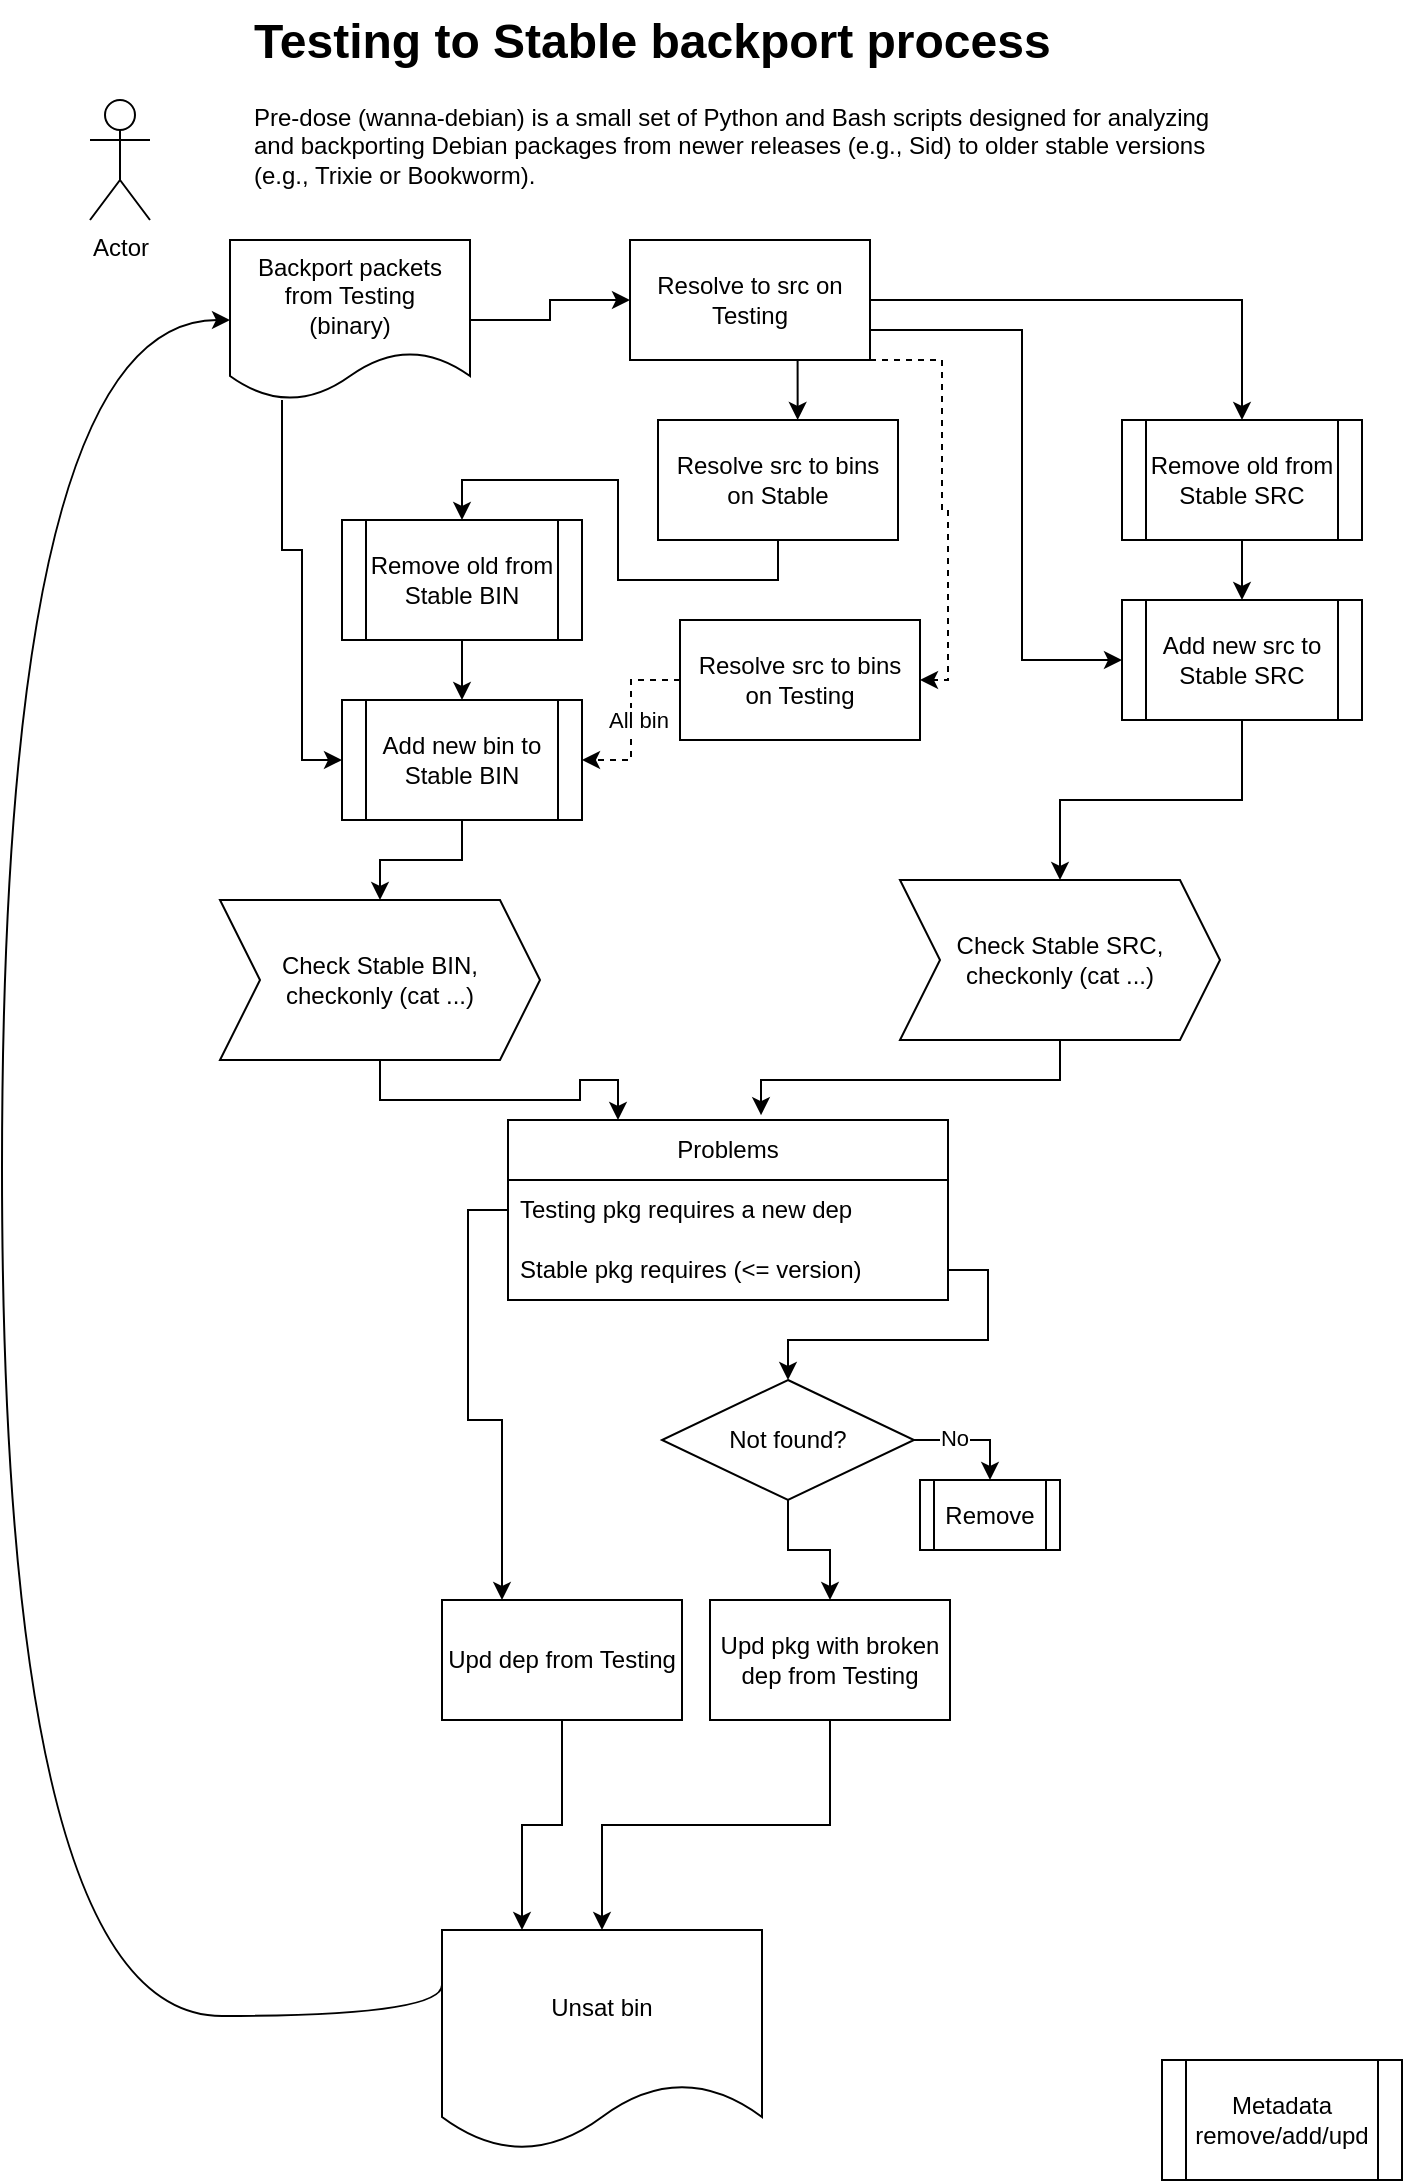
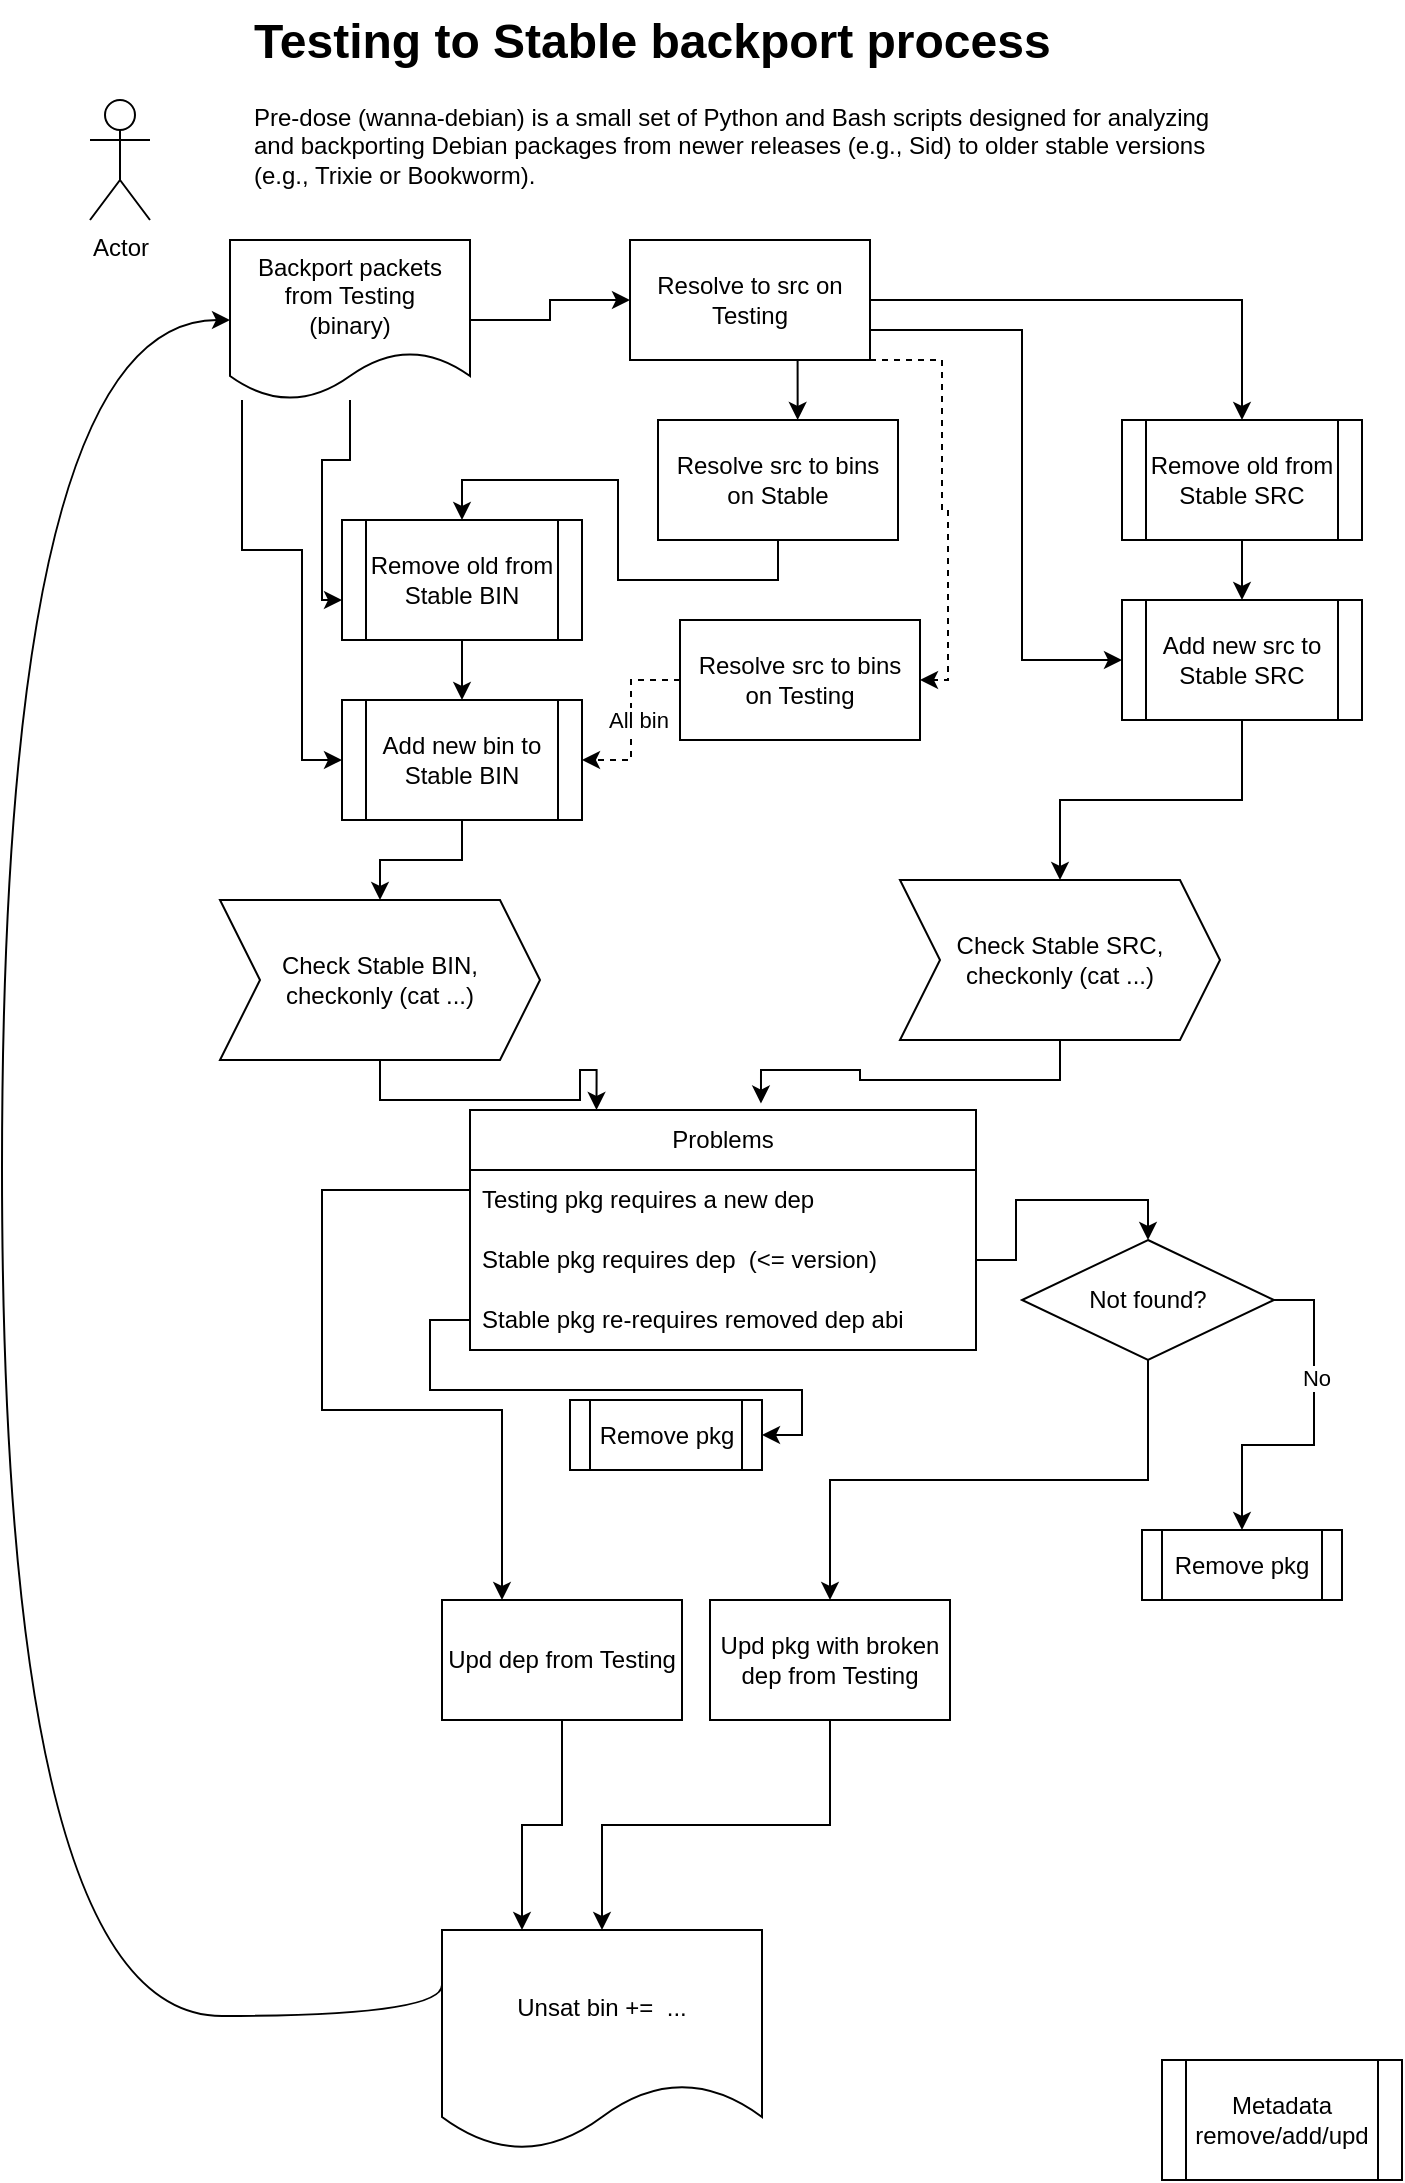
<mxfile host="Electron">
  <diagram id="C5RBs43oDa-KdzZeNtuy" name="Page-1">
-     <mxGraphModel dx="869" dy="782" grid="1" gridSize="10" guides="1" tooltips="1" connect="1" arrows="1" fold="1" page="1" pageScale="1" pageWidth="827" pageHeight="1169" math="0" shadow="0">
+     <mxGraphModel dx="1086" dy="648" grid="1" gridSize="10" guides="1" tooltips="1" connect="1" arrows="1" fold="1" page="1" pageScale="1" pageWidth="827" pageHeight="1169" math="0" shadow="0">
      <root>
        <mxCell id="WIyWlLk6GJQsqaUBKTNV-0" />
        <mxCell id="WIyWlLk6GJQsqaUBKTNV-1" parent="WIyWlLk6GJQsqaUBKTNV-0" />
        <mxCell id="jdkO46tf3qpjO2ybV3Zm-0" parent="WIyWlLk6GJQsqaUBKTNV-1" style="shape=umlActor;verticalLabelPosition=bottom;verticalAlign=top;html=1;outlineConnect=0;" value="Actor" vertex="1">
          <mxGeometry height="60" width="30" x="94" y="80" as="geometry" />
        </mxCell>
        <mxCell id="jdkO46tf3qpjO2ybV3Zm-3" edge="1" parent="WIyWlLk6GJQsqaUBKTNV-1" source="jdkO46tf3qpjO2ybV3Zm-1" style="edgeStyle=orthogonalEdgeStyle;rounded=0;orthogonalLoop=1;jettySize=auto;html=1;entryX=0;entryY=0.5;entryDx=0;entryDy=0;" target="jdkO46tf3qpjO2ybV3Zm-2">
          <mxGeometry relative="1" as="geometry" />
        </mxCell>
        <mxCell id="4IcmTThSWF4IWx9KLtXi-7" edge="1" parent="WIyWlLk6GJQsqaUBKTNV-1" source="jdkO46tf3qpjO2ybV3Zm-1" style="edgeStyle=orthogonalEdgeStyle;rounded=0;orthogonalLoop=1;jettySize=auto;html=1;entryX=0;entryY=0.5;entryDx=0;entryDy=0;" target="jdkO46tf3qpjO2ybV3Zm-13">
          <mxGeometry relative="1" as="geometry">
            <Array as="points">
-               <mxPoint x="190" y="305" />
+               <mxPoint x="170" y="305" />
              <mxPoint x="200" y="305" />
              <mxPoint x="200" y="410" />
            </Array>
          </mxGeometry>
        </mxCell>
        <mxCell id="jdkO46tf3qpjO2ybV3Zm-1" parent="WIyWlLk6GJQsqaUBKTNV-1" style="shape=document;whiteSpace=wrap;html=1;boundedLbl=1;" value="Backport packets from Testing&lt;br&gt;(binary)" vertex="1">
          <mxGeometry height="80" width="120" x="164" y="150" as="geometry" />
        </mxCell>
        <mxCell id="jdkO46tf3qpjO2ybV3Zm-6" edge="1" parent="WIyWlLk6GJQsqaUBKTNV-1" source="jdkO46tf3qpjO2ybV3Zm-2" style="edgeStyle=orthogonalEdgeStyle;rounded=0;orthogonalLoop=1;jettySize=auto;html=1;entryX=0.5;entryY=0;entryDx=0;entryDy=0;" target="jdkO46tf3qpjO2ybV3Zm-5">
          <mxGeometry relative="1" as="geometry" />
        </mxCell>
        <mxCell id="K2joIcQUg46PM5A2mCq8-2" edge="1" parent="WIyWlLk6GJQsqaUBKTNV-1" source="jdkO46tf3qpjO2ybV3Zm-2" style="edgeStyle=orthogonalEdgeStyle;rounded=0;orthogonalLoop=1;jettySize=auto;html=1;exitX=1;exitY=1;exitDx=0;exitDy=0;entryX=1;entryY=0.5;entryDx=0;entryDy=0;dashed=1;" target="K2joIcQUg46PM5A2mCq8-0">
          <mxGeometry relative="1" as="geometry">
            <Array as="points">
              <mxPoint x="520" y="210" />
              <mxPoint x="520" y="285" />
              <mxPoint x="523" y="285" />
              <mxPoint x="523" y="370" />
            </Array>
          </mxGeometry>
        </mxCell>
        <mxCell id="jdkO46tf3qpjO2ybV3Zm-2" parent="WIyWlLk6GJQsqaUBKTNV-1" style="rounded=0;whiteSpace=wrap;html=1;" value="Resolve to src on Testing" vertex="1">
          <mxGeometry height="60" width="120" x="364" y="150" as="geometry" />
        </mxCell>
        <mxCell id="jdkO46tf3qpjO2ybV3Zm-17" edge="1" parent="WIyWlLk6GJQsqaUBKTNV-1" source="jdkO46tf3qpjO2ybV3Zm-5" style="edgeStyle=orthogonalEdgeStyle;rounded=0;orthogonalLoop=1;jettySize=auto;html=1;entryX=0.5;entryY=0;entryDx=0;entryDy=0;" target="jdkO46tf3qpjO2ybV3Zm-16">
          <mxGeometry relative="1" as="geometry" />
        </mxCell>
        <mxCell id="jdkO46tf3qpjO2ybV3Zm-5" parent="WIyWlLk6GJQsqaUBKTNV-1" style="shape=process;whiteSpace=wrap;html=1;backgroundOutline=1;" value="Remove old from Stable SRC" vertex="1">
          <mxGeometry height="60" width="120" x="610" y="240" as="geometry" />
        </mxCell>
        <mxCell id="jdkO46tf3qpjO2ybV3Zm-10" edge="1" parent="WIyWlLk6GJQsqaUBKTNV-1" source="jdkO46tf3qpjO2ybV3Zm-7" style="edgeStyle=orthogonalEdgeStyle;rounded=0;orthogonalLoop=1;jettySize=auto;html=1;entryX=0.5;entryY=0;entryDx=0;entryDy=0;exitX=0.5;exitY=1;exitDx=0;exitDy=0;" target="jdkO46tf3qpjO2ybV3Zm-9">
          <mxGeometry relative="1" as="geometry" />
        </mxCell>
        <mxCell id="jdkO46tf3qpjO2ybV3Zm-18" edge="1" parent="WIyWlLk6GJQsqaUBKTNV-1" source="jdkO46tf3qpjO2ybV3Zm-2" style="edgeStyle=orthogonalEdgeStyle;rounded=0;orthogonalLoop=1;jettySize=auto;html=1;entryX=0;entryY=0.5;entryDx=0;entryDy=0;exitX=1;exitY=0.75;exitDx=0;exitDy=0;" target="jdkO46tf3qpjO2ybV3Zm-16">
          <mxGeometry relative="1" as="geometry">
            <Array as="points">
              <mxPoint x="560" y="195" />
              <mxPoint x="560" y="360" />
            </Array>
            <mxPoint x="484" y="200" as="sourcePoint" />
          </mxGeometry>
        </mxCell>
        <mxCell id="jdkO46tf3qpjO2ybV3Zm-7" parent="WIyWlLk6GJQsqaUBKTNV-1" style="rounded=0;whiteSpace=wrap;html=1;" value="Resolve src to bins on Stable" vertex="1">
          <mxGeometry height="60" width="120" x="378" y="240" as="geometry" />
        </mxCell>
        <mxCell id="jdkO46tf3qpjO2ybV3Zm-8" edge="1" parent="WIyWlLk6GJQsqaUBKTNV-1" source="jdkO46tf3qpjO2ybV3Zm-2" style="edgeStyle=orthogonalEdgeStyle;rounded=0;orthogonalLoop=1;jettySize=auto;html=1;exitX=0.75;exitY=1;exitDx=0;exitDy=0;entryX=0.582;entryY=0;entryDx=0;entryDy=0;entryPerimeter=0;" target="jdkO46tf3qpjO2ybV3Zm-7">
          <mxGeometry relative="1" as="geometry" />
        </mxCell>
        <mxCell id="jdkO46tf3qpjO2ybV3Zm-14" edge="1" parent="WIyWlLk6GJQsqaUBKTNV-1" source="jdkO46tf3qpjO2ybV3Zm-9" style="edgeStyle=orthogonalEdgeStyle;rounded=0;orthogonalLoop=1;jettySize=auto;html=1;entryX=0.5;entryY=0;entryDx=0;entryDy=0;" target="jdkO46tf3qpjO2ybV3Zm-13">
          <mxGeometry relative="1" as="geometry" />
        </mxCell>
        <mxCell id="jdkO46tf3qpjO2ybV3Zm-9" parent="WIyWlLk6GJQsqaUBKTNV-1" style="shape=process;whiteSpace=wrap;html=1;backgroundOutline=1;" value="Remove old from Stable BIN" vertex="1">
          <mxGeometry height="60" width="120" x="220" y="290" as="geometry" />
        </mxCell>
        <mxCell id="jdkO46tf3qpjO2ybV3Zm-49" edge="1" parent="WIyWlLk6GJQsqaUBKTNV-1" source="jdkO46tf3qpjO2ybV3Zm-11" style="edgeStyle=orthogonalEdgeStyle;rounded=0;orthogonalLoop=1;jettySize=auto;html=1;entryX=0.575;entryY=-0.027;entryDx=0;entryDy=0;entryPerimeter=0;" target="jdkO46tf3qpjO2ybV3Zm-28">
          <mxGeometry relative="1" as="geometry">
            <mxPoint x="579" y="580" as="targetPoint" />
          </mxGeometry>
        </mxCell>
        <mxCell id="jdkO46tf3qpjO2ybV3Zm-11" parent="WIyWlLk6GJQsqaUBKTNV-1" style="shape=step;perimeter=stepPerimeter;whiteSpace=wrap;html=1;fixedSize=1;" value="Check Stable SRC,&lt;br&gt;checkonly (cat ...)" vertex="1">
          <mxGeometry height="80" width="160" x="499" y="470" as="geometry" />
        </mxCell>
        <mxCell id="jdkO46tf3qpjO2ybV3Zm-36" edge="1" parent="WIyWlLk6GJQsqaUBKTNV-1" source="jdkO46tf3qpjO2ybV3Zm-12" style="edgeStyle=orthogonalEdgeStyle;rounded=0;orthogonalLoop=1;jettySize=auto;html=1;entryX=0.25;entryY=0;entryDx=0;entryDy=0;" target="jdkO46tf3qpjO2ybV3Zm-28">
          <mxGeometry relative="1" as="geometry" />
        </mxCell>
        <mxCell id="jdkO46tf3qpjO2ybV3Zm-12" parent="WIyWlLk6GJQsqaUBKTNV-1" style="shape=step;perimeter=stepPerimeter;whiteSpace=wrap;html=1;fixedSize=1;" value="Check Stable BIN,&lt;br&gt;checkonly (cat ...)" vertex="1">
          <mxGeometry height="80" width="160" x="159" y="480" as="geometry" />
        </mxCell>
        <mxCell id="jdkO46tf3qpjO2ybV3Zm-19" edge="1" parent="WIyWlLk6GJQsqaUBKTNV-1" source="jdkO46tf3qpjO2ybV3Zm-13" style="edgeStyle=orthogonalEdgeStyle;rounded=0;orthogonalLoop=1;jettySize=auto;html=1;entryX=0.5;entryY=0;entryDx=0;entryDy=0;" target="jdkO46tf3qpjO2ybV3Zm-12">
          <mxGeometry relative="1" as="geometry" />
        </mxCell>
        <mxCell id="jdkO46tf3qpjO2ybV3Zm-13" parent="WIyWlLk6GJQsqaUBKTNV-1" style="shape=process;whiteSpace=wrap;html=1;backgroundOutline=1;" value="Add new bin to Stable BIN" vertex="1">
          <mxGeometry height="60" width="120" x="220" y="380" as="geometry" />
        </mxCell>
        <mxCell id="jdkO46tf3qpjO2ybV3Zm-20" edge="1" parent="WIyWlLk6GJQsqaUBKTNV-1" source="jdkO46tf3qpjO2ybV3Zm-16" style="edgeStyle=orthogonalEdgeStyle;rounded=0;orthogonalLoop=1;jettySize=auto;html=1;" target="jdkO46tf3qpjO2ybV3Zm-11">
          <mxGeometry relative="1" as="geometry" />
        </mxCell>
        <mxCell id="jdkO46tf3qpjO2ybV3Zm-16" parent="WIyWlLk6GJQsqaUBKTNV-1" style="shape=process;whiteSpace=wrap;html=1;backgroundOutline=1;" value="Add new src to Stable SRC" vertex="1">
          <mxGeometry height="60" width="120" x="610" y="330" as="geometry" />
        </mxCell>
        <mxCell id="jdkO46tf3qpjO2ybV3Zm-28" parent="WIyWlLk6GJQsqaUBKTNV-1" style="swimlane;fontStyle=0;childLayout=stackLayout;horizontal=1;startSize=30;horizontalStack=0;resizeParent=1;resizeParentMax=0;resizeLast=0;collapsible=1;marginBottom=0;whiteSpace=wrap;html=1;" value="Problems" vertex="1">
-           <mxGeometry height="90" width="220" x="303" y="590" as="geometry">
+           <mxGeometry height="120" width="253" x="284" y="585" as="geometry">
            <mxRectangle height="30" width="90" x="500" y="830" as="alternateBounds" />
          </mxGeometry>
        </mxCell>
        <mxCell id="jdkO46tf3qpjO2ybV3Zm-29" parent="jdkO46tf3qpjO2ybV3Zm-28" style="text;strokeColor=none;fillColor=none;align=left;verticalAlign=middle;spacingLeft=4;spacingRight=4;overflow=hidden;points=[[0,0.5],[1,0.5]];portConstraint=eastwest;rotatable=0;whiteSpace=wrap;html=1;" value="Testing pkg requires a new dep" vertex="1">
-           <mxGeometry height="30" width="220" y="30" as="geometry" />
-         </mxCell>
-         <mxCell id="jdkO46tf3qpjO2ybV3Zm-30" parent="jdkO46tf3qpjO2ybV3Zm-28" style="text;strokeColor=none;fillColor=none;align=left;verticalAlign=middle;spacingLeft=4;spacingRight=4;overflow=hidden;points=[[0,0.5],[1,0.5]];portConstraint=eastwest;rotatable=0;whiteSpace=wrap;html=1;" value="Stable pkg requires (&amp;lt;= version)" vertex="1">
-           <mxGeometry height="30" width="220" y="60" as="geometry" />
+           <mxGeometry height="30" width="253" y="30" as="geometry" />
+         </mxCell>
+         <mxCell id="jdkO46tf3qpjO2ybV3Zm-30" parent="jdkO46tf3qpjO2ybV3Zm-28" style="text;strokeColor=none;fillColor=none;align=left;verticalAlign=middle;spacingLeft=4;spacingRight=4;overflow=hidden;points=[[0,0.5],[1,0.5]];portConstraint=eastwest;rotatable=0;whiteSpace=wrap;html=1;" value="Stable pkg requires dep&amp;nbsp; (&amp;lt;= version)" vertex="1">
+           <mxGeometry height="30" width="253" y="60" as="geometry" />
+         </mxCell>
+         <mxCell id="NzTikjdrsUsllQ2CY1u8-0" parent="jdkO46tf3qpjO2ybV3Zm-28" style="text;strokeColor=none;fillColor=none;align=left;verticalAlign=middle;spacingLeft=4;spacingRight=4;overflow=hidden;points=[[0,0.5],[1,0.5]];portConstraint=eastwest;rotatable=0;whiteSpace=wrap;html=1;" value="Stable pkg re-requires removed dep abi" vertex="1">
+           <mxGeometry height="30" width="253" y="90" as="geometry" />
        </mxCell>
        <mxCell id="jdkO46tf3qpjO2ybV3Zm-53" edge="1" parent="WIyWlLk6GJQsqaUBKTNV-1" source="jdkO46tf3qpjO2ybV3Zm-33" style="edgeStyle=orthogonalEdgeStyle;rounded=0;orthogonalLoop=1;jettySize=auto;html=1;entryX=0.25;entryY=0;entryDx=0;entryDy=0;" target="jdkO46tf3qpjO2ybV3Zm-35">
          <mxGeometry relative="1" as="geometry" />
        </mxCell>
        <mxCell id="jdkO46tf3qpjO2ybV3Zm-33" parent="WIyWlLk6GJQsqaUBKTNV-1" style="rounded=0;whiteSpace=wrap;html=1;" value="Upd dep from Testing" vertex="1">
          <mxGeometry height="60" width="120" x="270" y="830" as="geometry" />
        </mxCell>
        <mxCell id="jdkO46tf3qpjO2ybV3Zm-54" edge="1" parent="WIyWlLk6GJQsqaUBKTNV-1" source="jdkO46tf3qpjO2ybV3Zm-34" style="edgeStyle=orthogonalEdgeStyle;rounded=0;orthogonalLoop=1;jettySize=auto;html=1;entryX=0.5;entryY=0;entryDx=0;entryDy=0;" target="jdkO46tf3qpjO2ybV3Zm-35">
          <mxGeometry relative="1" as="geometry" />
        </mxCell>
        <mxCell id="jdkO46tf3qpjO2ybV3Zm-34" parent="WIyWlLk6GJQsqaUBKTNV-1" style="rounded=0;whiteSpace=wrap;html=1;" value="Upd pkg with broken dep from Testing" vertex="1">
          <mxGeometry height="60" width="120" x="404" y="830" as="geometry" />
        </mxCell>
        <mxCell id="jdkO46tf3qpjO2ybV3Zm-52" edge="1" parent="WIyWlLk6GJQsqaUBKTNV-1" source="jdkO46tf3qpjO2ybV3Zm-35" style="edgeStyle=orthogonalEdgeStyle;rounded=0;orthogonalLoop=1;jettySize=auto;html=1;curved=1;entryX=0;entryY=0.5;entryDx=0;entryDy=0;exitX=0;exitY=0.25;exitDx=0;exitDy=0;" target="jdkO46tf3qpjO2ybV3Zm-1">
          <mxGeometry relative="1" as="geometry">
            <Array as="points">
              <mxPoint x="50" y="1038" />
              <mxPoint x="50" y="190" />
            </Array>
            <mxPoint x="70" y="190" as="targetPoint" />
          </mxGeometry>
        </mxCell>
-         <mxCell id="jdkO46tf3qpjO2ybV3Zm-35" parent="WIyWlLk6GJQsqaUBKTNV-1" style="shape=document;whiteSpace=wrap;html=1;boundedLbl=1;" value="Unsat bin" vertex="1">
+         <mxCell id="jdkO46tf3qpjO2ybV3Zm-35" parent="WIyWlLk6GJQsqaUBKTNV-1" style="shape=document;whiteSpace=wrap;html=1;boundedLbl=1;" value="Unsat bin +=&amp;nbsp; ..." vertex="1">
          <mxGeometry height="110" width="160" x="270" y="995" as="geometry" />
        </mxCell>
        <mxCell id="jdkO46tf3qpjO2ybV3Zm-37" parent="WIyWlLk6GJQsqaUBKTNV-1" style="text;html=1;whiteSpace=wrap;overflow=hidden;rounded=0;" value="&lt;h1 style=&quot;margin-top: 0px;&quot;&gt;Testing to Stable backport process&lt;/h1&gt;&lt;p&gt;Pre-dose (wanna-debian) is a small set of Python and Bash scripts designed for analyzing and backporting Debian packages from&amp;nbsp;&lt;span style=&quot;background-color: transparent; color: light-dark(rgb(0, 0, 0), rgb(255, 255, 255));&quot;&gt;newer releases (e.g., Sid) to older stable versions (e.g., Trixie or Bookworm).&lt;/span&gt;&lt;/p&gt;" vertex="1">
          <mxGeometry height="120" width="500" x="174" y="30" as="geometry" />
        </mxCell>
        <mxCell id="jdkO46tf3qpjO2ybV3Zm-43" edge="1" parent="WIyWlLk6GJQsqaUBKTNV-1" source="jdkO46tf3qpjO2ybV3Zm-29" style="edgeStyle=orthogonalEdgeStyle;rounded=0;orthogonalLoop=1;jettySize=auto;html=1;entryX=0.25;entryY=0;entryDx=0;entryDy=0;" target="jdkO46tf3qpjO2ybV3Zm-33">
-           <mxGeometry relative="1" as="geometry" />
+           <mxGeometry relative="1" as="geometry">
+             <Array as="points">
+               <mxPoint x="210" y="625" />
+               <mxPoint x="210" y="735" />
+               <mxPoint x="300" y="735" />
+             </Array>
+           </mxGeometry>
        </mxCell>
        <mxCell id="jdkO46tf3qpjO2ybV3Zm-44" edge="1" parent="WIyWlLk6GJQsqaUBKTNV-1" source="jdkO46tf3qpjO2ybV3Zm-30" style="edgeStyle=orthogonalEdgeStyle;rounded=0;orthogonalLoop=1;jettySize=auto;html=1;entryX=0.5;entryY=0;entryDx=0;entryDy=0;" target="4IcmTThSWF4IWx9KLtXi-3">
          <mxGeometry relative="1" as="geometry">
            <mxPoint x="500" y="750" as="targetPoint" />
          </mxGeometry>
        </mxCell>
-         <mxCell id="jdkO46tf3qpjO2ybV3Zm-61" parent="WIyWlLk6GJQsqaUBKTNV-1" style="shape=process;whiteSpace=wrap;html=1;backgroundOutline=1;" value="Remove" vertex="1">
-           <mxGeometry height="35" width="70" x="509" y="770" as="geometry" />
+         <mxCell id="jdkO46tf3qpjO2ybV3Zm-61" parent="WIyWlLk6GJQsqaUBKTNV-1" style="shape=process;whiteSpace=wrap;html=1;backgroundOutline=1;" value="Remove pkg" vertex="1">
+           <mxGeometry height="35" width="100" x="620" y="795" as="geometry" />
        </mxCell>
        <mxCell id="4IcmTThSWF4IWx9KLtXi-4" edge="1" parent="WIyWlLk6GJQsqaUBKTNV-1" source="4IcmTThSWF4IWx9KLtXi-3" style="edgeStyle=orthogonalEdgeStyle;rounded=0;orthogonalLoop=1;jettySize=auto;html=1;exitX=1;exitY=0.5;exitDx=0;exitDy=0;entryX=0.5;entryY=0;entryDx=0;entryDy=0;" target="jdkO46tf3qpjO2ybV3Zm-61">
          <mxGeometry relative="1" as="geometry" />
        </mxCell>
        <mxCell id="4IcmTThSWF4IWx9KLtXi-5" connectable="0" parent="4IcmTThSWF4IWx9KLtXi-4" style="edgeLabel;html=1;align=center;verticalAlign=middle;resizable=0;points=[];" value="No" vertex="1">
          <mxGeometry relative="1" x="-0.3169" y="1" as="geometry">
            <mxPoint as="offset" />
          </mxGeometry>
        </mxCell>
        <mxCell id="4IcmTThSWF4IWx9KLtXi-6" edge="1" parent="WIyWlLk6GJQsqaUBKTNV-1" source="4IcmTThSWF4IWx9KLtXi-3" style="edgeStyle=orthogonalEdgeStyle;rounded=0;orthogonalLoop=1;jettySize=auto;html=1;exitX=0.5;exitY=1;exitDx=0;exitDy=0;entryX=0.5;entryY=0;entryDx=0;entryDy=0;" target="jdkO46tf3qpjO2ybV3Zm-34">
          <mxGeometry relative="1" as="geometry" />
        </mxCell>
        <mxCell id="4IcmTThSWF4IWx9KLtXi-3" parent="WIyWlLk6GJQsqaUBKTNV-1" style="rhombus;whiteSpace=wrap;html=1;" value="Not found?" vertex="1">
-           <mxGeometry height="60" width="126" x="380" y="720" as="geometry" />
+           <mxGeometry height="60" width="126" x="560" y="650" as="geometry" />
        </mxCell>
        <mxCell id="4IcmTThSWF4IWx9KLtXi-9" parent="WIyWlLk6GJQsqaUBKTNV-1" style="shape=process;whiteSpace=wrap;html=1;backgroundOutline=1;" value="Metadata remove/add/upd" vertex="1">
          <mxGeometry height="60" width="120" x="630" y="1060" as="geometry" />
        </mxCell>
        <mxCell id="K2joIcQUg46PM5A2mCq8-1" edge="1" parent="WIyWlLk6GJQsqaUBKTNV-1" source="K2joIcQUg46PM5A2mCq8-0" style="edgeStyle=orthogonalEdgeStyle;rounded=0;orthogonalLoop=1;jettySize=auto;html=1;entryX=1;entryY=0.5;entryDx=0;entryDy=0;dashed=1;" target="jdkO46tf3qpjO2ybV3Zm-13">
          <mxGeometry relative="1" as="geometry" />
        </mxCell>
        <mxCell id="UBrdKMySqU7-3HxLgvty-1" connectable="0" parent="K2joIcQUg46PM5A2mCq8-1" style="edgeLabel;html=1;align=center;verticalAlign=middle;resizable=0;points=[];" value="All bin" vertex="1">
          <mxGeometry relative="1" x="-0.0159" y="3" as="geometry">
            <mxPoint as="offset" />
          </mxGeometry>
        </mxCell>
        <mxCell id="K2joIcQUg46PM5A2mCq8-0" parent="WIyWlLk6GJQsqaUBKTNV-1" style="rounded=0;whiteSpace=wrap;html=1;" value="Resolve src to bins on Testing" vertex="1">
          <mxGeometry height="60" width="120" x="389" y="340" as="geometry" />
+         </mxCell>
+         <mxCell id="cQBACjruvvWsz2pfgvWL-0" edge="1" parent="WIyWlLk6GJQsqaUBKTNV-1" source="jdkO46tf3qpjO2ybV3Zm-1" style="edgeStyle=orthogonalEdgeStyle;rounded=0;orthogonalLoop=1;jettySize=auto;html=1;entryX=0;entryY=0.667;entryDx=0;entryDy=0;entryPerimeter=0;" target="jdkO46tf3qpjO2ybV3Zm-9">
+           <mxGeometry relative="1" as="geometry">
+             <Array as="points">
+               <mxPoint x="224" y="260" />
+               <mxPoint x="210" y="260" />
+               <mxPoint x="210" y="330" />
+             </Array>
+           </mxGeometry>
+         </mxCell>
+         <mxCell id="NzTikjdrsUsllQ2CY1u8-2" parent="WIyWlLk6GJQsqaUBKTNV-1" style="shape=process;whiteSpace=wrap;html=1;backgroundOutline=1;" value="Remove pkg" vertex="1">
+           <mxGeometry height="35" width="96" x="334" y="730" as="geometry" />
+         </mxCell>
+         <mxCell id="NzTikjdrsUsllQ2CY1u8-3" edge="1" parent="WIyWlLk6GJQsqaUBKTNV-1" source="NzTikjdrsUsllQ2CY1u8-0" style="edgeStyle=orthogonalEdgeStyle;rounded=0;orthogonalLoop=1;jettySize=auto;html=1;entryX=1;entryY=0.5;entryDx=0;entryDy=0;" target="NzTikjdrsUsllQ2CY1u8-2">
+           <mxGeometry relative="1" as="geometry" />
        </mxCell>
      </root>
    </mxGraphModel>
  </diagram>
</mxfile>
